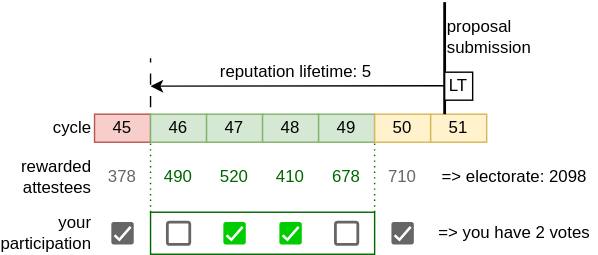
encointer/book keeps this draw.io diagram as src/fig/democracy-electorate.drawio.svg. Above is the earlier version. Source tidied: cells renumbered, new cells last; positions are measured from the earlier drawing's top-left corner, leaving out a move shared by most shapes.
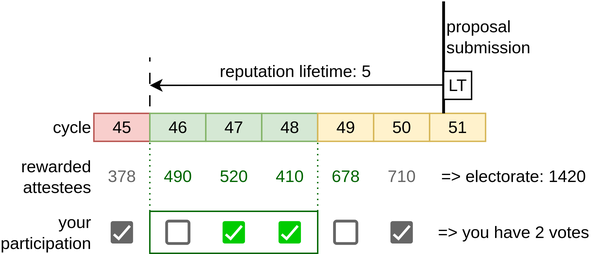
After the commit.

Commit message:
fix max voting power

The edit, as a diff of the source:
```diff
@@ -20,7 +20,7 @@
     <mxCell id="6" value="48" style="rounded=0;whiteSpace=wrap;html=1;fillColor=#d5e8d4;strokeColor=#82b366;" parent="1" vertex="1">
       <mxGeometry x="180" y="80" width="40" height="20" as="geometry" />
     </mxCell>
-    <mxCell id="7" value="49" style="rounded=0;whiteSpace=wrap;html=1;fillColor=#d5e8d4;strokeColor=#82b366;" parent="1" vertex="1">
+    <mxCell id="7" value="49" style="rounded=0;whiteSpace=wrap;html=1;fillColor=#fff2cc;strokeColor=#d6b656;" parent="1" vertex="1">
       <mxGeometry x="220" y="80" width="40" height="20" as="geometry" />
     </mxCell>
     <mxCell id="8" value="50" style="rounded=0;whiteSpace=wrap;html=1;fillColor=#fff2cc;strokeColor=#d6b656;" parent="1" vertex="1">
@@ -58,7 +58,7 @@
     <mxCell id="18" value="rewarded attestees" style="text;html=1;align=right;verticalAlign=middle;whiteSpace=wrap;rounded=0;" parent="1" vertex="1">
       <mxGeometry y="110" width="60" height="30" as="geometry" />
     </mxCell>
-    <mxCell id="19" value="=&amp;gt; electorate: 2098" style="text;html=1;align=center;verticalAlign=middle;whiteSpace=wrap;rounded=0;" parent="1" vertex="1">
+    <mxCell id="19" value="=&amp;gt; electorate: 1420" style="text;html=1;align=center;verticalAlign=middle;whiteSpace=wrap;rounded=0;" parent="1" vertex="1">
       <mxGeometry x="300" y="110" width="120" height="30" as="geometry" />
     </mxCell>
     <mxCell id="20" style="dashed=0;labelPosition=right;align=left;shape=mxgraph.gmdl.checkbox;strokeColor=none;fillColor=#666666;strokeWidth=2;sketch=0;html=1;" parent="1" vertex="1">
@@ -101,15 +101,15 @@
       <mxGeometry y="75" width="60" height="30" as="geometry" />
     </mxCell>
     <mxCell id="32" style="rounded=0;whiteSpace=wrap;html=1;fillColor=none;strokeColor=#006600;" parent="1" vertex="1">
-      <mxGeometry x="100" y="150" width="160" height="30" as="geometry" />
+      <mxGeometry x="100" y="150" width="120" height="30" as="geometry" />
     </mxCell>
     <mxCell id="33" style="endArrow=none;dashed=1;html=1;dashPattern=1 3;strokeWidth=1;rounded=0;exitX=0;exitY=0;exitDx=0;exitDy=0;entryX=1;entryY=1;entryDx=0;entryDy=0;strokeColor=#006600;" parent="1" edge="1" source="32" target="3">
       <mxGeometry relative="1" as="geometry" />
     </mxCell>
     <mxCell id="34" style="endArrow=none;dashed=1;html=1;dashPattern=1 3;strokeWidth=1;rounded=0;exitX=0;exitY=0;exitDx=0;exitDy=0;entryX=1;entryY=1;entryDx=0;entryDy=0;strokeColor=#006600;" parent="1" edge="1">
       <mxGeometry relative="1" as="geometry">
-        <mxPoint x="260" y="150" as="sourcePoint" />
-        <mxPoint x="260" y="100" as="targetPoint" />
+        <mxPoint x="220" y="150" as="sourcePoint" />
+        <mxPoint x="220" y="100" as="targetPoint" />
       </mxGeometry>
     </mxCell>
   </root>
```
